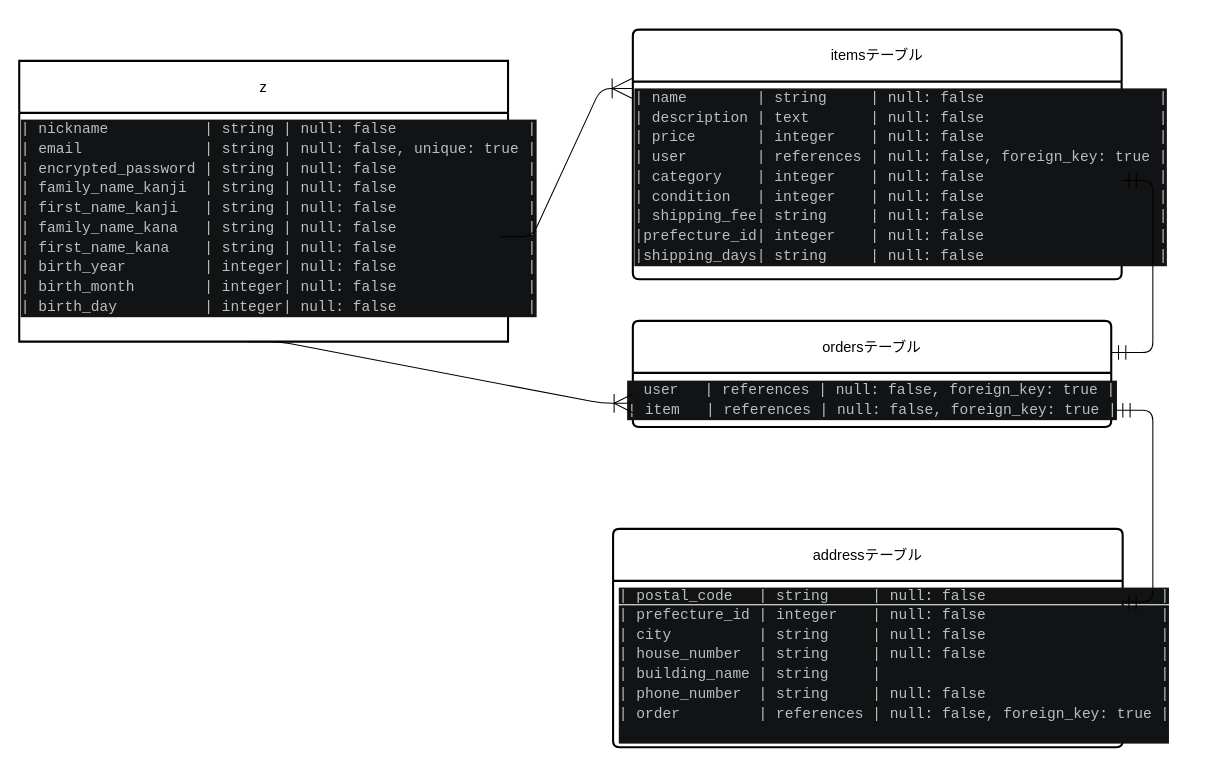
Above: .dio in turnandriverse6-netizen/furima-47924 (draw.io), before the change. Source tidied: cells renumbered, new cells numbered last; positions are measured from the earlier drawing's top-left corner, leaving out a move shared by most shapes. Both pictures are drawn from the tidied source at 104%, with x=0, y=0 at pixel (19, 29).
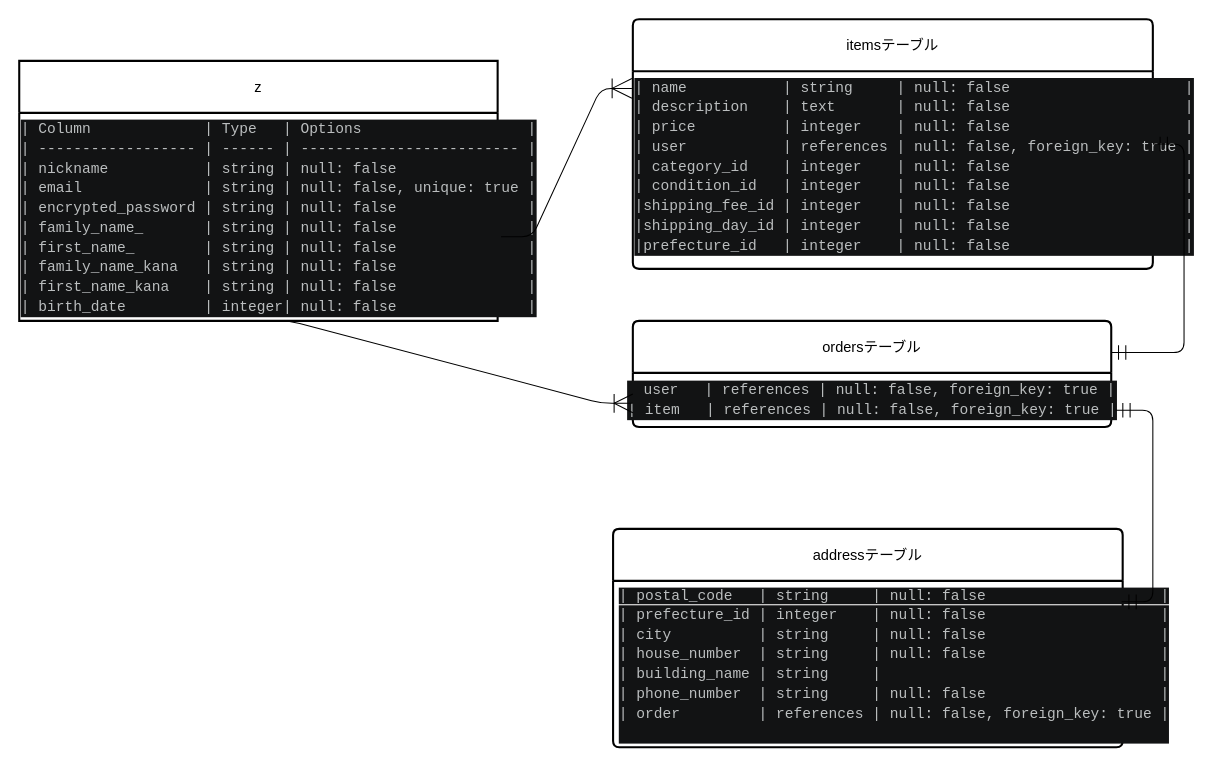
Above is the later version.

Commit message (it also covers changes not shown here):
カラム修正

Diff of the diagram source:
```diff
@@
     <mxCell id="2" value="z" style="swimlane;horizontal=1;startSize=50;rounded=1;fontSize=14;fontStyle=0;strokeWidth=2;shadow=0;dashed=0;align=center;arcSize=0;whiteSpace=wrap;html=1;" parent="1" vertex="1">
-      <mxGeometry y="30" width="470" height="270" as="geometry" />
+      <mxGeometry y="30" width="460" height="250" as="geometry" />
     </mxCell>
+    <mxCell id="15" value="&lt;div style=&quot;color: #bbbebf;background-color: #121314;font-family: Consolas, 'Courier New', monospace;font-weight: normal;font-size: 14px;line-height: 19px;white-space: pre;&quot;&gt;&lt;div&gt;&lt;span style=&quot;color: #bbbebf;&quot;&gt;| Column &amp;nbsp; &amp;nbsp; &amp;nbsp; &amp;nbsp; &amp;nbsp; &amp;nbsp; | Type &amp;nbsp; | Options &amp;nbsp; &amp;nbsp; &amp;nbsp; &amp;nbsp; &amp;nbsp; &amp;nbsp; &amp;nbsp; &amp;nbsp; &amp;nbsp; |&lt;/span&gt;&lt;/div&gt;&lt;div&gt;&lt;span style=&quot;color: #bbbebf;&quot;&gt;| ------------------ | ------ | ------------------------- |&lt;/span&gt;&lt;/div&gt;&lt;div&gt;&lt;span style=&quot;color: #bbbebf;&quot;&gt;| nickname &amp;nbsp; &amp;nbsp; &amp;nbsp; &amp;nbsp; &amp;nbsp; | string | null: false &amp;nbsp; &amp;nbsp; &amp;nbsp; &amp;nbsp; &amp;nbsp; &amp;nbsp; &amp;nbsp; |&lt;/span&gt;&lt;/div&gt;&lt;div&gt;&lt;span style=&quot;color: #bbbebf;&quot;&gt;| email &amp;nbsp; &amp;nbsp; &amp;nbsp; &amp;nbsp; &amp;nbsp; &amp;nbsp; &amp;nbsp;| string | null: false, unique: true |&lt;/span&gt;&lt;/div&gt;&lt;div&gt;&lt;span style=&quot;color: #bbbebf;&quot;&gt;| encrypted_password | string | null: false &amp;nbsp; &amp;nbsp; &amp;nbsp; &amp;nbsp; &amp;nbsp; &amp;nbsp; &amp;nbsp; |&lt;/span&gt;&lt;/div&gt;&lt;div&gt;&lt;span style=&quot;color: #bbbebf;&quot;&gt;| family_name_ &amp;nbsp; &amp;nbsp; &amp;nbsp; | string | null: false &amp;nbsp; &amp;nbsp; &amp;nbsp; &amp;nbsp; &amp;nbsp; &amp;nbsp; &amp;nbsp; |&lt;/span&gt;&lt;/div&gt;&lt;div&gt;&lt;span style=&quot;color: #bbbebf;&quot;&gt;| first_name_ &amp;nbsp; &amp;nbsp; &amp;nbsp; &amp;nbsp;| string | null: false &amp;nbsp; &amp;nbsp; &amp;nbsp; &amp;nbsp; &amp;nbsp; &amp;nbsp; &amp;nbsp; |&lt;/span&gt;&lt;/div&gt;&lt;div&gt;&lt;span style=&quot;color: #bbbebf;&quot;&gt;| family_name_kana &amp;nbsp; | string | null: false &amp;nbsp; &amp;nbsp; &amp;nbsp; &amp;nbsp; &amp;nbsp; &amp;nbsp; &amp;nbsp; |&lt;/span&gt;&lt;/div&gt;&lt;div&gt;&lt;span style=&quot;color: #bbbebf;&quot;&gt;| first_name_kana &amp;nbsp; &amp;nbsp;| string | null: false &amp;nbsp; &amp;nbsp; &amp;nbsp; &amp;nbsp; &amp;nbsp; &amp;nbsp; &amp;nbsp; |&lt;/span&gt;&lt;/div&gt;&lt;div&gt;&lt;span style=&quot;color: #bbbebf;&quot;&gt;| birth_date &amp;nbsp; &amp;nbsp; &amp;nbsp; &amp;nbsp; | integer| null: false &amp;nbsp; &amp;nbsp; &amp;nbsp; &amp;nbsp; &amp;nbsp; &amp;nbsp; &amp;nbsp; |&lt;/span&gt;&lt;/div&gt;&lt;/div&gt;" style="text;whiteSpace=wrap;html=1;" parent="2" vertex="1">
+      <mxGeometry y="50" width="460" height="210" as="geometry" />
+    </mxCell>
-    <mxCell id="3" value="&lt;div style=&quot;color: #bbbebf;background-color: #121314;font-family: Consolas, 'Courier New', monospace;font-weight: normal;font-size: 14px;line-height: 19px;white-space: pre;&quot;&gt;&lt;div&gt;&lt;span style=&quot;color: #bbbebf;&quot;&gt;| nickname &amp;nbsp; &amp;nbsp; &amp;nbsp; &amp;nbsp; &amp;nbsp; | string | null: false &amp;nbsp; &amp;nbsp; &amp;nbsp; &amp;nbsp; &amp;nbsp; &amp;nbsp; &amp;nbsp; |&lt;/span&gt;&lt;/div&gt;&lt;div&gt;&lt;span style=&quot;color: #bbbebf;&quot;&gt;| email &amp;nbsp; &amp;nbsp; &amp;nbsp; &amp;nbsp; &amp;nbsp; &amp;nbsp; &amp;nbsp;| string | null: false, unique: true |&lt;/span&gt;&lt;/div&gt;&lt;div&gt;&lt;span style=&quot;color: #bbbebf;&quot;&gt;| encrypted_password | string | null: false &amp;nbsp; &amp;nbsp; &amp;nbsp; &amp;nbsp; &amp;nbsp; &amp;nbsp; &amp;nbsp; |&lt;/span&gt;&lt;/div&gt;&lt;div&gt;&lt;span style=&quot;color: #bbbebf;&quot;&gt;| family_name_kanji &amp;nbsp;| string | null: false &amp;nbsp; &amp;nbsp; &amp;nbsp; &amp;nbsp; &amp;nbsp; &amp;nbsp; &amp;nbsp; |&lt;/span&gt;&lt;/div&gt;&lt;div&gt;&lt;span style=&quot;color: #bbbebf;&quot;&gt;| first_name_kanji &amp;nbsp; | string | null: false &amp;nbsp; &amp;nbsp; &amp;nbsp; &amp;nbsp; &amp;nbsp; &amp;nbsp; &amp;nbsp; |&lt;/span&gt;&lt;/div&gt;&lt;div&gt;&lt;span style=&quot;color: #bbbebf;&quot;&gt;| family_name_kana &amp;nbsp; | string | null: false &amp;nbsp; &amp;nbsp; &amp;nbsp; &amp;nbsp; &amp;nbsp; &amp;nbsp; &amp;nbsp; |&lt;/span&gt;&lt;/div&gt;&lt;div&gt;&lt;span style=&quot;color: #bbbebf;&quot;&gt;| first_name_kana &amp;nbsp; &amp;nbsp;| string | null: false &amp;nbsp; &amp;nbsp; &amp;nbsp; &amp;nbsp; &amp;nbsp; &amp;nbsp; &amp;nbsp; |&lt;/span&gt;&lt;/div&gt;&lt;div&gt;&lt;span style=&quot;color: #bbbebf;&quot;&gt;| birth_year &amp;nbsp; &amp;nbsp; &amp;nbsp; &amp;nbsp; | integer| null: false &amp;nbsp; &amp;nbsp; &amp;nbsp; &amp;nbsp; &amp;nbsp; &amp;nbsp; &amp;nbsp; |&lt;/span&gt;&lt;/div&gt;&lt;div&gt;&lt;span style=&quot;color: #bbbebf;&quot;&gt;| birth_month &amp;nbsp; &amp;nbsp; &amp;nbsp; &amp;nbsp;| integer| null: false &amp;nbsp; &amp;nbsp; &amp;nbsp; &amp;nbsp; &amp;nbsp; &amp;nbsp; &amp;nbsp; |&lt;/span&gt;&lt;/div&gt;&lt;div&gt;&lt;span style=&quot;color: #bbbebf;&quot;&gt;| birth_day &amp;nbsp; &amp;nbsp; &amp;nbsp; &amp;nbsp; &amp;nbsp;| integer| null: false &amp;nbsp; &amp;nbsp; &amp;nbsp; &amp;nbsp; &amp;nbsp; &amp;nbsp; &amp;nbsp; |&lt;/span&gt;&lt;/div&gt;&lt;/div&gt;" style="text;whiteSpace=wrap;html=1;" parent="2" vertex="1">
-      <mxGeometry y="50" width="470" height="220" as="geometry" />
+    <mxCell id="3" value="&lt;div style=&quot;color: rgb(187, 190, 191); background-color: rgb(18, 19, 20); font-family: Consolas, &amp;quot;Courier New&amp;quot;, monospace; font-weight: normal; font-size: 14px; line-height: 19px; white-space: pre;&quot;&gt;&lt;br&gt;&lt;/div&gt;" style="text;whiteSpace=wrap;html=1;" parent="2" vertex="1">
+      <mxGeometry y="260" width="460" height="10" as="geometry" />
     </mxCell>
+    <mxCell id="16" value="&lt;div style=&quot;color: rgb(187, 190, 191); background-color: rgb(18, 19, 20); font-family: Consolas, &amp;quot;Courier New&amp;quot;, monospace; font-weight: normal; font-size: 14px; line-height: 19px; white-space: pre;&quot;&gt;&lt;br&gt;&lt;/div&gt;" style="text;whiteSpace=wrap;html=1;" parent="2" vertex="1">
+      <mxGeometry y="270" width="460" height="-20" as="geometry" />
+    </mxCell>
     <mxCell id="4" value="itemsテーブル" style="swimlane;horizontal=1;startSize=50;rounded=1;fontSize=14;fontStyle=0;strokeWidth=2;shadow=0;dashed=0;align=center;arcSize=4;whiteSpace=wrap;html=1;" parent="1" vertex="1">
-      <mxGeometry x="590" width="470" height="240" as="geometry" />
+      <mxGeometry x="590" y="-10" width="500" height="240" as="geometry" />
     </mxCell>
+    <mxCell id="17" value="&lt;div style=&quot;color: #bbbebf;background-color: #121314;font-family: Consolas, 'Courier New', monospace;font-weight: normal;font-size: 14px;line-height: 19px;white-space: pre;&quot;&gt;&lt;div&gt;&lt;span style=&quot;color: #bbbebf;&quot;&gt;| name &amp;nbsp; &amp;nbsp; &amp;nbsp; &amp;nbsp; &amp;nbsp; | string &amp;nbsp; &amp;nbsp; | null: false &amp;nbsp; &amp;nbsp; &amp;nbsp; &amp;nbsp; &amp;nbsp; &amp;nbsp; &amp;nbsp; &amp;nbsp; &amp;nbsp; &amp;nbsp;|&lt;/span&gt;&lt;/div&gt;&lt;div&gt;&lt;span style=&quot;color: #bbbebf;&quot;&gt;| description &amp;nbsp; &amp;nbsp;| text &amp;nbsp; &amp;nbsp; &amp;nbsp; | null: false &amp;nbsp; &amp;nbsp; &amp;nbsp; &amp;nbsp; &amp;nbsp; &amp;nbsp; &amp;nbsp; &amp;nbsp; &amp;nbsp; &amp;nbsp;|&lt;/span&gt;&lt;/div&gt;&lt;div&gt;&lt;span style=&quot;color: #bbbebf;&quot;&gt;| price &amp;nbsp; &amp;nbsp; &amp;nbsp; &amp;nbsp; &amp;nbsp;| integer &amp;nbsp; &amp;nbsp;| null: false &amp;nbsp; &amp;nbsp; &amp;nbsp; &amp;nbsp; &amp;nbsp; &amp;nbsp; &amp;nbsp; &amp;nbsp; &amp;nbsp; &amp;nbsp;|&lt;/span&gt;&lt;/div&gt;&lt;div&gt;&lt;span style=&quot;color: #bbbebf;&quot;&gt;| user &amp;nbsp; &amp;nbsp; &amp;nbsp; &amp;nbsp; &amp;nbsp; | references | null: false, foreign_key: true |&lt;/span&gt;&lt;/div&gt;&lt;div&gt;&lt;span style=&quot;color: #bbbebf;&quot;&gt;| category_id &amp;nbsp; &amp;nbsp;| integer &amp;nbsp; &amp;nbsp;| null: false &amp;nbsp; &amp;nbsp; &amp;nbsp; &amp;nbsp; &amp;nbsp; &amp;nbsp; &amp;nbsp; &amp;nbsp; &amp;nbsp; &amp;nbsp;|&lt;/span&gt;&lt;/div&gt;&lt;div&gt;&lt;span style=&quot;color: #bbbebf;&quot;&gt;| condition_id &amp;nbsp; | integer &amp;nbsp; &amp;nbsp;| null: false &amp;nbsp; &amp;nbsp; &amp;nbsp; &amp;nbsp; &amp;nbsp; &amp;nbsp; &amp;nbsp; &amp;nbsp; &amp;nbsp; &amp;nbsp;|&lt;/span&gt;&lt;/div&gt;&lt;div&gt;&lt;span style=&quot;color: #bbbebf;&quot;&gt;|shipping_fee_id | integer &amp;nbsp; &amp;nbsp;| null: false &amp;nbsp; &amp;nbsp; &amp;nbsp; &amp;nbsp; &amp;nbsp; &amp;nbsp; &amp;nbsp; &amp;nbsp; &amp;nbsp; &amp;nbsp;|&lt;/span&gt;&lt;/div&gt;&lt;div&gt;&lt;span style=&quot;color: #bbbebf;&quot;&gt;|shipping_day_id | integer &amp;nbsp; &amp;nbsp;| null: false &amp;nbsp; &amp;nbsp; &amp;nbsp; &amp;nbsp; &amp;nbsp; &amp;nbsp; &amp;nbsp; &amp;nbsp; &amp;nbsp; &amp;nbsp;|&lt;/span&gt;&lt;/div&gt;&lt;div&gt;&lt;span style=&quot;color: #bbbebf;&quot;&gt;|prefecture_id &amp;nbsp; | integer &amp;nbsp; &amp;nbsp;| null: false &amp;nbsp; &amp;nbsp; &amp;nbsp; &amp;nbsp; &amp;nbsp; &amp;nbsp; &amp;nbsp; &amp;nbsp; &amp;nbsp; &amp;nbsp;|&lt;/span&gt;&lt;/div&gt;&lt;/div&gt;" style="text;whiteSpace=wrap;html=1;" parent="4" vertex="1">
+      <mxGeometry y="50" width="500" height="190" as="geometry" />
+    </mxCell>
-    <mxCell id="5" value="&lt;div style=&quot;color: #bbbebf;background-color: #121314;font-family: Consolas, 'Courier New', monospace;font-weight: normal;font-size: 14px;line-height: 19px;white-space: pre;&quot;&gt;&lt;div&gt;&lt;span style=&quot;color: #bbbebf;&quot;&gt;| name &amp;nbsp; &amp;nbsp; &amp;nbsp; &amp;nbsp;| string &amp;nbsp; &amp;nbsp; | null: false &amp;nbsp; &amp;nbsp; &amp;nbsp; &amp;nbsp; &amp;nbsp; &amp;nbsp; &amp;nbsp; &amp;nbsp; &amp;nbsp; &amp;nbsp;|&lt;/span&gt;&lt;/div&gt;&lt;div&gt;&lt;span style=&quot;color: #bbbebf;&quot;&gt;| description | text &amp;nbsp; &amp;nbsp; &amp;nbsp; | null: false &amp;nbsp; &amp;nbsp; &amp;nbsp; &amp;nbsp; &amp;nbsp; &amp;nbsp; &amp;nbsp; &amp;nbsp; &amp;nbsp; &amp;nbsp;|&lt;/span&gt;&lt;/div&gt;&lt;div&gt;&lt;span style=&quot;color: #bbbebf;&quot;&gt;| price &amp;nbsp; &amp;nbsp; &amp;nbsp; | integer &amp;nbsp; &amp;nbsp;| null: false &amp;nbsp; &amp;nbsp; &amp;nbsp; &amp;nbsp; &amp;nbsp; &amp;nbsp; &amp;nbsp; &amp;nbsp; &amp;nbsp; &amp;nbsp;|&lt;/span&gt;&lt;/div&gt;&lt;div&gt;&lt;span style=&quot;color: #bbbebf;&quot;&gt;| user &amp;nbsp; &amp;nbsp; &amp;nbsp; &amp;nbsp;| references | null: false, foreign_key: true |&lt;/span&gt;&lt;/div&gt;&lt;div&gt;&lt;span style=&quot;color: #bbbebf;&quot;&gt;| category &amp;nbsp; &amp;nbsp;| integer &amp;nbsp; &amp;nbsp;| null: false &amp;nbsp; &amp;nbsp; &amp;nbsp; &amp;nbsp; &amp;nbsp; &amp;nbsp; &amp;nbsp; &amp;nbsp; &amp;nbsp; &amp;nbsp;|&lt;/span&gt;&lt;/div&gt;&lt;div&gt;&lt;span style=&quot;color: #bbbebf;&quot;&gt;| condition &amp;nbsp; | integer &amp;nbsp; &amp;nbsp;| null: false &amp;nbsp; &amp;nbsp; &amp;nbsp; &amp;nbsp; &amp;nbsp; &amp;nbsp; &amp;nbsp; &amp;nbsp; &amp;nbsp; &amp;nbsp;|&lt;/span&gt;&lt;/div&gt;&lt;div&gt;&lt;span style=&quot;color: #bbbebf;&quot;&gt;| shipping_fee| string &amp;nbsp; &amp;nbsp; | null: false &amp;nbsp; &amp;nbsp; &amp;nbsp; &amp;nbsp; &amp;nbsp; &amp;nbsp; &amp;nbsp; &amp;nbsp; &amp;nbsp; &amp;nbsp;|&lt;/span&gt;&lt;/div&gt;&lt;div&gt;&lt;span style=&quot;color: #bbbebf;&quot;&gt;|prefecture_id| integer &amp;nbsp; &amp;nbsp;| null: false &amp;nbsp; &amp;nbsp; &amp;nbsp; &amp;nbsp; &amp;nbsp; &amp;nbsp; &amp;nbsp; &amp;nbsp; &amp;nbsp; &amp;nbsp;|&lt;/span&gt;&lt;/div&gt;&lt;div&gt;&lt;span style=&quot;color: #bbbebf;&quot;&gt;|shipping_days| string &amp;nbsp; &amp;nbsp; | null: false &amp;nbsp; &amp;nbsp; &amp;nbsp; &amp;nbsp; &amp;nbsp; &amp;nbsp; &amp;nbsp; &amp;nbsp; &amp;nbsp; &amp;nbsp;|&lt;/span&gt;&lt;/div&gt;&lt;/div&gt;" style="text;whiteSpace=wrap;html=1;" parent="4" vertex="1">
-      <mxGeometry y="50" width="470" height="190" as="geometry" />
+    <mxCell id="5" value="&lt;div style=&quot;color: rgb(187, 190, 191); background-color: rgb(18, 19, 20); font-family: Consolas, &amp;quot;Courier New&amp;quot;, monospace; font-weight: normal; font-size: 14px; line-height: 19px; white-space: pre;&quot;&gt;&lt;br&gt;&lt;/div&gt;" style="text;whiteSpace=wrap;html=1;" parent="4" vertex="1">
+      <mxGeometry y="240" width="500" height="190" as="geometry" />
     </mxCell>
     <mxCell id="6" value="&lt;div style=&quot;color: rgb(187, 190, 191); background-color: rgb(18, 19, 20); font-family: Consolas, &amp;quot;Courier New&amp;quot;, monospace; font-size: 14px; line-height: 19px; white-space-collapse: preserve;&quot;&gt;&lt;div style=&quot;color: rgb(187, 190, 191); line-height: 19px;&quot;&gt;&lt;br&gt;&lt;/div&gt;&lt;/div&gt;" style="text;html=1;align=center;verticalAlign=middle;strokeColor=none;fillColor=none;" parent="4" vertex="1">
-      <mxGeometry y="240" width="470" as="geometry" />
+      <mxGeometry y="430" width="500" height="-190" as="geometry" />
     </mxCell>
@@
-    <mxCell id="12" style="edgeStyle=entityRelationEdgeStyle;fontSize=12;html=1;endArrow=ERmandOne;startArrow=ERmandOne;exitX=1;exitY=0.25;exitDx=0;exitDy=0;endSize=12;jumpSize=9;startSize=12;" parent="1" edge="1" target="5">
+    <mxCell id="12" style="edgeStyle=entityRelationEdgeStyle;fontSize=12;html=1;endArrow=ERmandOne;startArrow=ERmandOne;exitX=1;exitY=0.25;exitDx=0;exitDy=0;endSize=12;jumpSize=9;startSize=12;" parent="1" edge="1" target="4">
       <mxGeometry relative="1" as="geometry">
         <mxPoint x="1050" y="310.5" as="sourcePoint" />
         <Array as="points">
           <mxPoint x="834.8" y="190" />
           <mxPoint x="834.8" y="200" />
           <mxPoint x="674.8" y="200" />
           <mxPoint x="464.8" y="230" />
           <mxPoint x="1120" y="190" />
           <mxPoint x="1070" y="105" />
           <mxPoint x="1060" y="125" />
           <mxPoint x="1080" y="105" />
           <mxPoint x="584.8" y="90" />
           <mxPoint x="574.8" y="100" />
           <mxPoint x="454.8" y="230" />
           <mxPoint x="444.8" y="170" />
           <mxPoint x="794.8" y="130" />
           <mxPoint x="454.8" y="240" />
           <mxPoint x="504.8" y="100" />
           <mxPoint x="454.8" y="110" />
         </Array>
       </mxGeometry>
     </mxCell>
@@
-    <mxCell id="14" style="edgeStyle=entityRelationEdgeStyle;fontSize=12;html=1;endArrow=ERoneToMany;entryX=-0.008;entryY=-0.014;entryDx=0;entryDy=0;entryPerimeter=0;endSize=16;" parent="1" edge="1">
+    <mxCell id="14" style="edgeStyle=entityRelationEdgeStyle;fontSize=12;html=1;endArrow=ERoneToMany;entryX=-0.008;entryY=-0.014;entryDx=0;entryDy=0;entryPerimeter=0;endSize=16;exitX=0.5;exitY=0;exitDx=0;exitDy=0;" parent="1" edge="1" source="16">
       <mxGeometry relative="1" as="geometry">
-        <mxPoint x="220" y="300" as="sourcePoint" />
         <mxPoint x="590" y="359.3" as="targetPoint" />
         <Array as="points">
           <mxPoint x="383.7" y="240" />
           <mxPoint x="373.7" y="250" />
           <mxPoint x="373.7" y="240" />
           <mxPoint x="383.7" y="230" />
         </Array>
       </mxGeometry>
     </mxCell>
```
